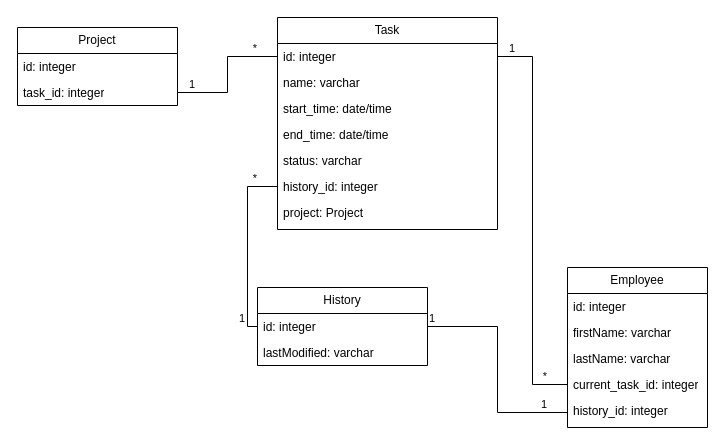
The draw.io diagram ER.drawio in hard-gainer/UML, before the edit. Source tidied: cells renumbered, new cells numbered last; positions are measured from the earlier drawing's top-left corner, leaving out a move shared by most shapes. Both pictures are drawn from the tidied source at 100%, with x=0, y=0 at pixel (17, 17).
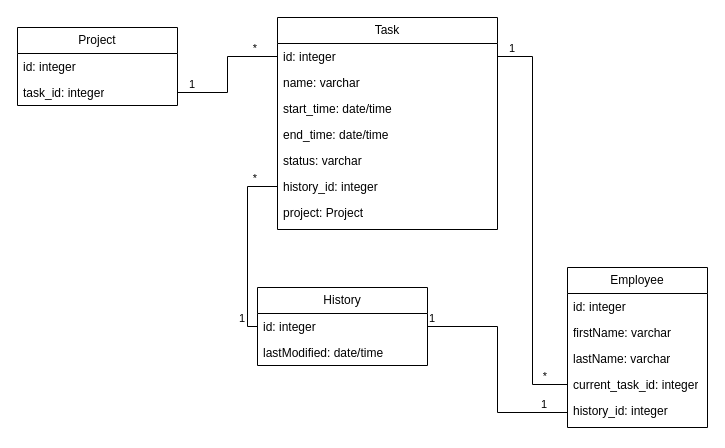
The same diagram, later.

Unchanged cells that the change refers to:
```xml
<mxCell id="19" value="History" style="swimlane;fontStyle=0;horizontal=1;startSize=26;fillColor=none;whiteSpace=wrap;html=1;" parent="1" vertex="1">
  <mxGeometry x="240" y="270" width="170" height="78" as="geometry" />
</mxCell>
```

The edit, as a diff of the source:
```diff
@@
-    <mxCell id="21" value="lastModified: varchar" style="text;strokeColor=none;fillColor=none;align=left;verticalAlign=top;spacingLeft=4;spacingRight=4;overflow=hidden;whiteSpace=wrap;html=1;" parent="19" vertex="1">
+    <mxCell id="21" value="lastModified: date/time" style="text;strokeColor=none;fillColor=none;align=left;verticalAlign=top;spacingLeft=4;spacingRight=4;overflow=hidden;whiteSpace=wrap;html=1;" parent="19" vertex="1">
       <mxGeometry y="52" width="170" height="26" as="geometry" />
     </mxCell>
```
